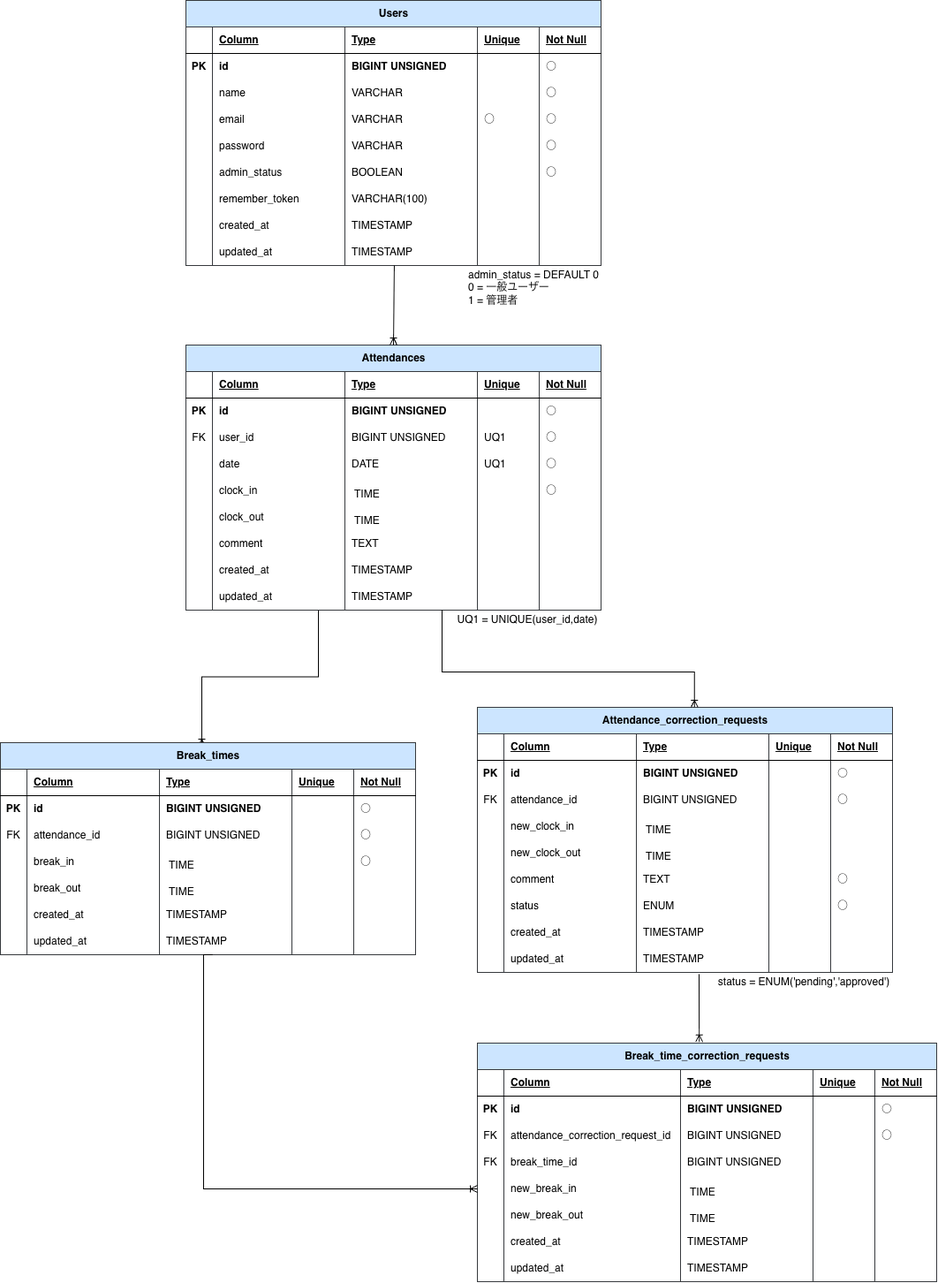
Above: docs/勤怠管理システム_ER図.drawio.png in Satoshi-Kamoshida/attendance-app (draw.io), before the change. Source tidied: cells renumbered, new cells last; positions are measured from the earlier drawing's top-left corner, leaving out a move shared by most shapes.
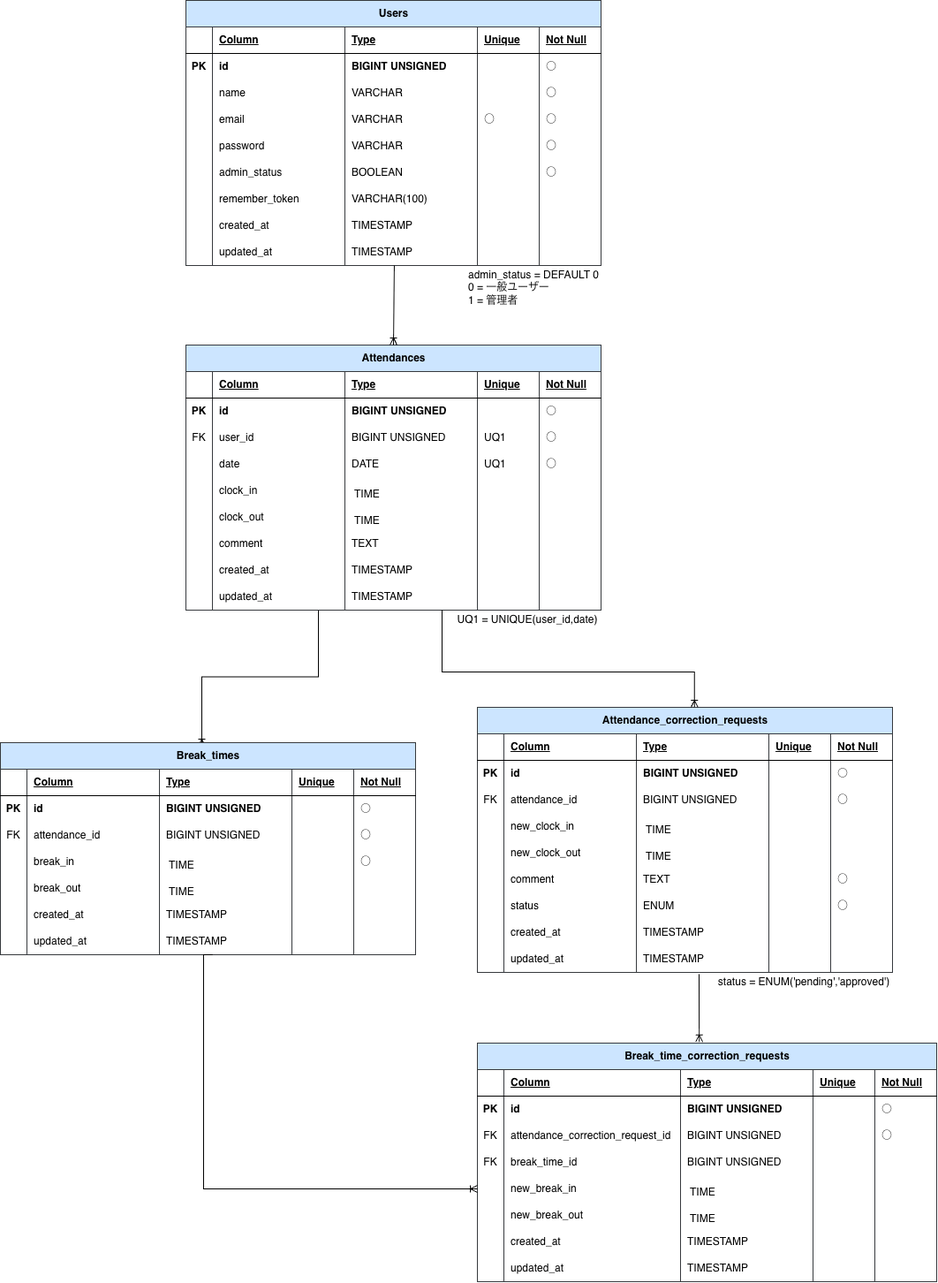
The same diagram one commit later.

Diff of the diagram source:
```diff
@@ -262,7 +262,7 @@
     <mxCell id="87" style="shape=partialRectangle;fillColor=none;top=0;left=0;bottom=0;right=0;align=left;spacingLeft=6;overflow=hidden;whiteSpace=wrap;html=1;" parent="83" vertex="1">
       <mxGeometry x="330" width="70" height="30" as="geometry" />
     </mxCell>
-    <mxCell id="88" value="○" style="shape=partialRectangle;fillColor=none;top=0;left=0;bottom=0;right=0;align=left;spacingLeft=6;overflow=hidden;whiteSpace=wrap;html=1;" parent="83" vertex="1">
+    <mxCell id="88" style="shape=partialRectangle;fillColor=none;top=0;left=0;bottom=0;right=0;align=left;spacingLeft=6;overflow=hidden;whiteSpace=wrap;html=1;" parent="83" vertex="1">
       <mxGeometry x="400" width="70" height="30" as="geometry" />
     </mxCell>
     <mxCell id="89" style="shape=tableRow;horizontal=0;startSize=0;swimlaneHead=0;swimlaneBody=0;fillColor=none;top=0;left=0;right=0;bottom=0;" parent="58" vertex="1">
```
